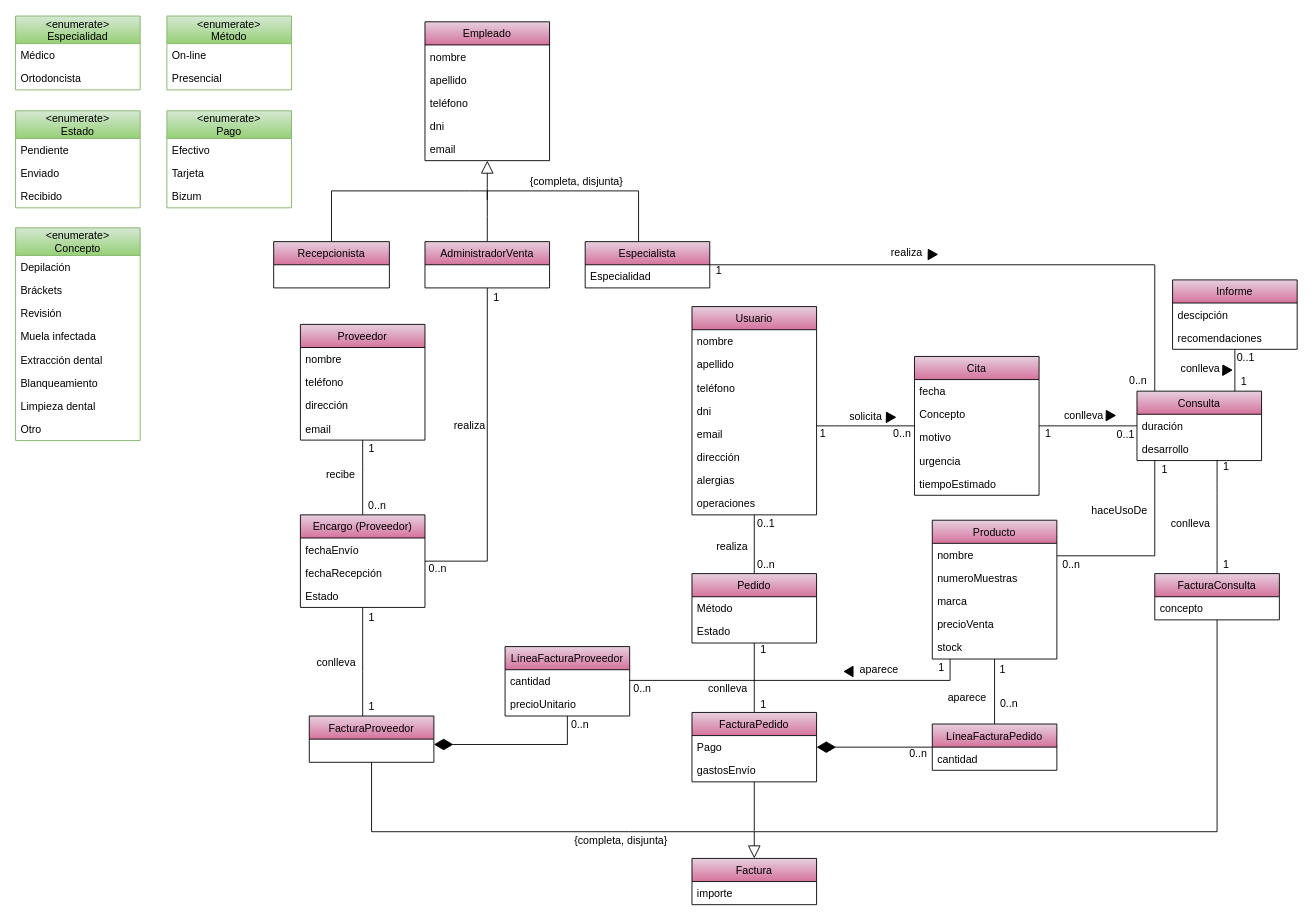
This is page "General" (1 of 4) of Recursos/Diagrama UML IR.drawio from Jesusjbs/clinicaDental-ir, a draw.io file, before an edit. Source tidied: cells renumbered, new cells numbered last; positions are measured from the earlier drawing's top-left corner, leaving out a move shared by most shapes. Both pictures are drawn from the tidied source at 89%, with x=0, y=0 at pixel (15, 16).
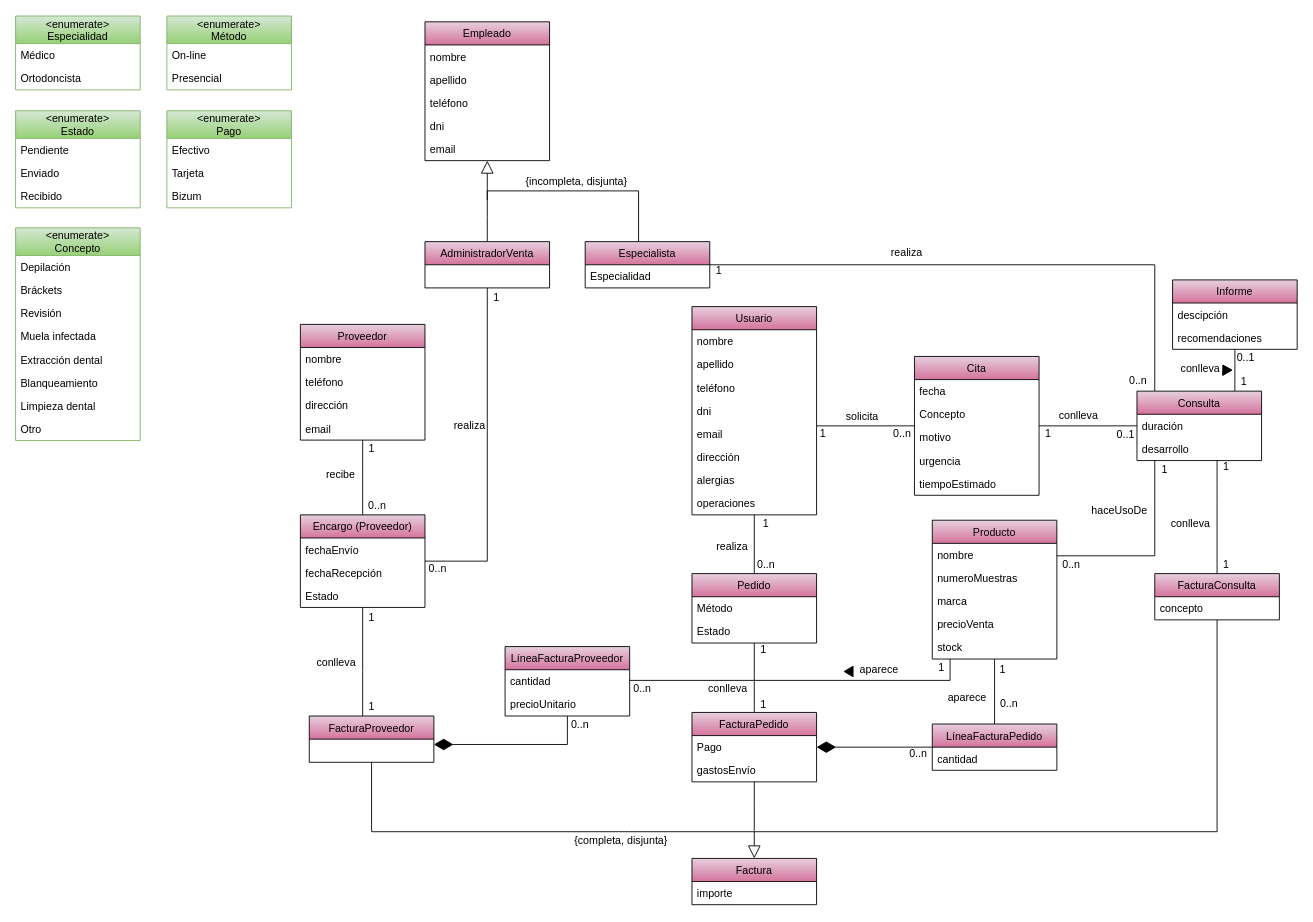
After the change.

The change refers to these unchanged cells:
```xml
<mxCell id="78" value="Especialista" style="swimlane;fontStyle=0;horizontal=1;startSize=26;fillColor=#E6D0DE;gradientColor=#D5739D;" parent="1" vertex="1">
  <mxGeometry x="640" y="253" width="140" height="52" as="geometry" />
</mxCell>
```

What changed in the source:
```diff
@@
-    <mxCell id="14" style="edgeStyle=orthogonalEdgeStyle;rounded=0;jettySize=auto;html=1;startArrow=none;startFill=0;startSize=19;sourcePerimeterSpacing=0;endArrow=none;endFill=0;endSize=19;targetPerimeterSpacing=0;" parent="1" edge="1" source="15">
-      <mxGeometry relative="1" as="geometry">
-        <mxPoint x="510" y="196" as="targetPoint" />
-        <Array as="points">
-          <mxPoint x="355" y="196" />
-        </Array>
-      </mxGeometry>
-    </mxCell>
-    <mxCell id="15" value="Recepcionista" style="swimlane;fontStyle=0;horizontal=1;startSize=26;fillColor=#E6D0DE;gradientColor=#D5739D;" parent="1" vertex="1">
-      <mxGeometry x="290" y="253" width="130" height="52" as="geometry" />
-    </mxCell>
@@
     <mxCell id="19" style="edgeStyle=orthogonalEdgeStyle;rounded=0;jettySize=auto;html=1;startArrow=none;startFill=0;startSize=19;sourcePerimeterSpacing=0;endArrow=none;endFill=0;endSize=19;targetPerimeterSpacing=0;" parent="1" edge="1" source="78">
       <mxGeometry relative="1" as="geometry">
-        <mxPoint x="510" y="196" as="targetPoint" />
+        <mxPoint x="530" y="196" as="targetPoint" />
         <Array as="points">
           <mxPoint x="700" y="196" />
         </Array>
       </mxGeometry>
     </mxCell>
@@
-    <mxCell id="57" style="triangle;whiteSpace=wrap;html=1;fillColor=#000000;direction=west;rotation=60;" parent="1" vertex="1">
-      <mxGeometry x="976" y="443" width="10" height="12" as="geometry" />
-    </mxCell>
@@
-    <mxCell id="95" value="{completa, disjunta}" style="text;html=1;align=center;verticalAlign=middle;" parent="1" vertex="1">
-      <mxGeometry x="570" y="176" width="120" height="20" as="geometry" />
+    <mxCell id="95" value="{incompleta, disjunta}" style="text;html=1;align=center;verticalAlign=middle;" parent="1" vertex="1">
+      <mxGeometry x="565" y="176" width="130" height="20" as="geometry" />
     </mxCell>
@@
     <mxCell id="116" value="solicita" style="text;html=1;align=center;verticalAlign=middle;" parent="1" vertex="1">
-      <mxGeometry x="930" y="440" width="50" height="20" as="geometry" />
+      <mxGeometry x="926" y="440" width="50" height="20" as="geometry" />
     </mxCell>
-    <mxCell id="117" value="0..1" style="text;html=1;align=center;verticalAlign=middle;" parent="1" vertex="1">
-      <mxGeometry x="823" y="560" width="40" height="20" as="geometry" />
+    <mxCell id="117" value="1" style="text;html=1;align=center;verticalAlign=middle;" parent="1" vertex="1">
+      <mxGeometry x="833" y="560" width="20" height="20" as="geometry" />
     </mxCell>
@@
     <mxCell id="132" value="conlleva" style="text;html=1;align=center;verticalAlign=middle;" parent="1" vertex="1">
-      <mxGeometry x="1170" y="439" width="60" height="20" as="geometry" />
+      <mxGeometry x="1164" y="439" width="60" height="20" as="geometry" />
     </mxCell>
-    <mxCell id="133" style="triangle;whiteSpace=wrap;html=1;fillColor=#000000;direction=west;rotation=60;" parent="1" vertex="1">
-      <mxGeometry x="1223" y="441" width="10" height="12" as="geometry" />
-    </mxCell>
@@
-    <mxCell id="139" style="triangle;whiteSpace=wrap;html=1;fillColor=#000000;direction=west;rotation=60;" parent="1" vertex="1">
-      <mxGeometry x="1023" y="260" width="10" height="12" as="geometry" />
-    </mxCell>
```
